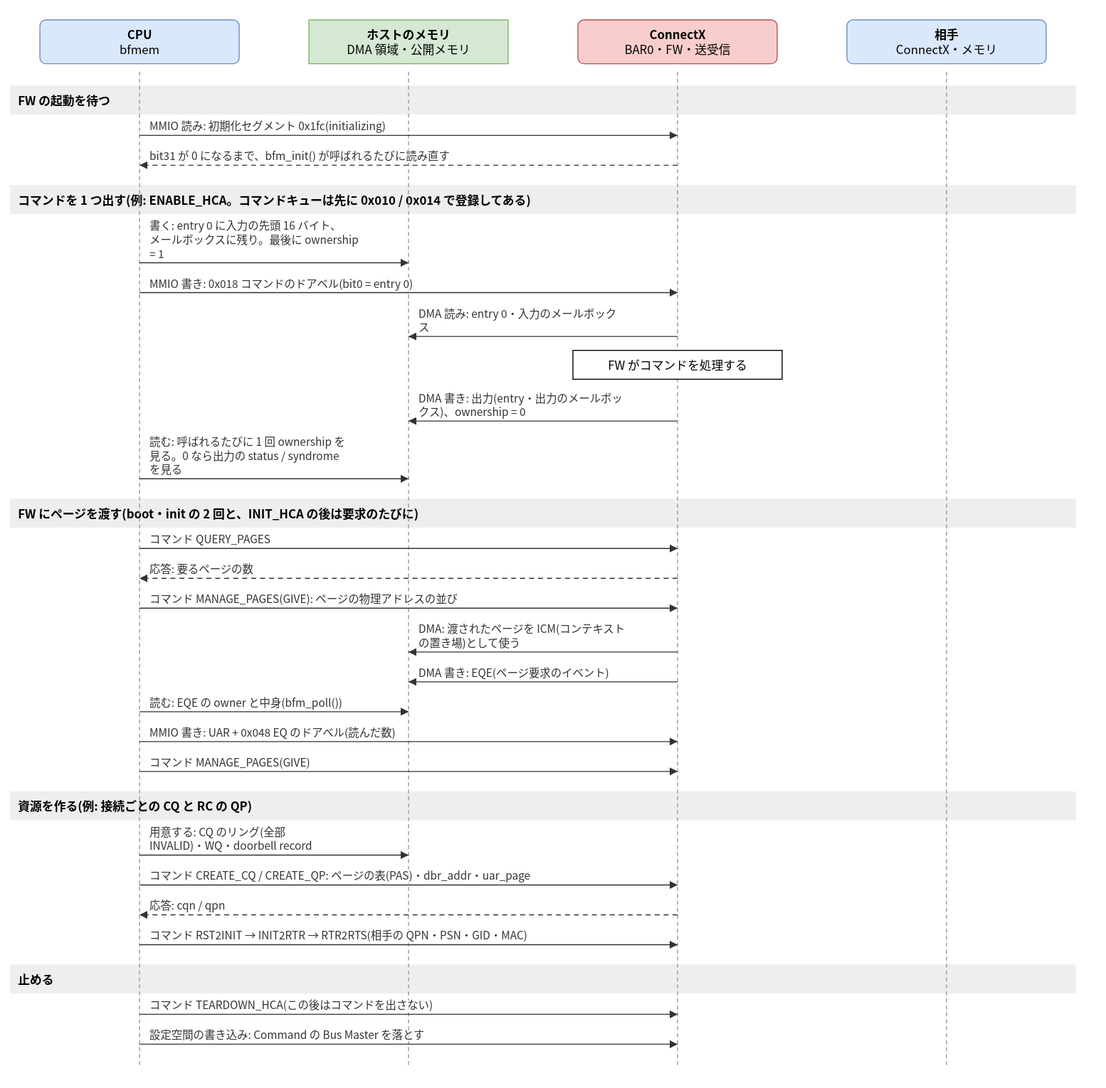
Above: doc/spec/images/hw_ladder_boot.drawio.svg in hf355051012-ai/bfmem (draw.io), before the change. Source tidied: cells renumbered, new cells last; positions are measured from the earlier drawing's top-left corner, leaving out a move shared by most shapes.
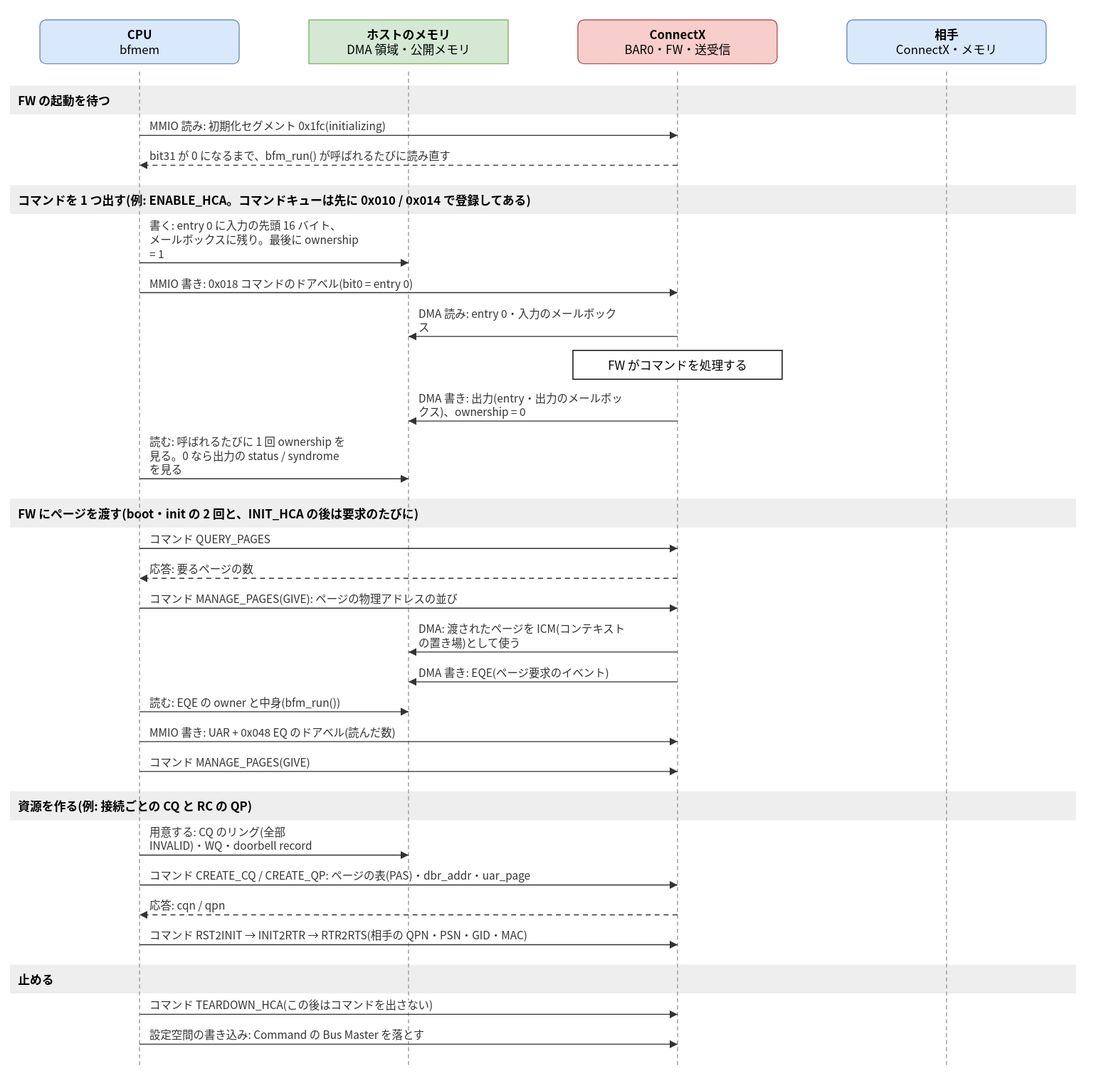
After the commit.

Diff of the diagram source:
```diff
@@ -47,7 +47,7 @@
     <mxCell id="16" value="MMIO 読み: 初期化セグメント 0x1fc(initializing)" style="edgeStyle=none;html=1;rounded=0;endArrow=block;endFill=1;exitX=0.5000;exitY=0.0639;exitDx=0;exitDy=0;exitPerimeter=0;entryX=0.5000;entryY=0.0639;entryDx=0;entryDy=0;entryPerimeter=0;" parent="1" edge="1" source="12" target="14">
       <mxGeometry relative="1" as="geometry" />
     </mxCell>
-    <mxCell id="17" value="bit31 が 0 になるまで、bfm_init() が呼ばれるたびに読み直す" style="edgeStyle=none;html=1;rounded=0;endArrow=block;endFill=1;exitX=0.5000;exitY=0.0939;exitDx=0;exitDy=0;exitPerimeter=0;entryX=0.5000;entryY=0.0939;entryDx=0;entryDy=0;entryPerimeter=0;dashed=1;" parent="1" edge="1" source="14" target="12">
+    <mxCell id="17" value="bit31 が 0 になるまで、bfm_run() が呼ばれるたびに読み直す" style="edgeStyle=none;html=1;rounded=0;endArrow=block;endFill=1;exitX=0.5000;exitY=0.0939;exitDx=0;exitDy=0;exitPerimeter=0;entryX=0.5000;entryY=0.0939;entryDx=0;entryDy=0;entryPerimeter=0;dashed=1;" parent="1" edge="1" source="14" target="12">
       <mxGeometry relative="1" as="geometry" />
     </mxCell>
     <mxCell id="18" value="書く: entry 0 に入力の先頭 16 バイト、&lt;br&gt;メールボックスに残り。最後に ownership&lt;br&gt;= 1" style="edgeStyle=none;html=1;rounded=0;endArrow=block;endFill=1;exitX=0.5000;exitY=0.1918;exitDx=0;exitDy=0;exitPerimeter=0;entryX=0.5000;entryY=0.1918;entryDx=0;entryDy=0;entryPerimeter=0;" parent="1" edge="1" source="12" target="13">
@@ -80,7 +80,7 @@
     <mxCell id="27" value="DMA 書き: EQE(ページ要求のイベント)" style="edgeStyle=none;html=1;rounded=0;endArrow=block;endFill=1;exitX=0.5000;exitY=0.6124;exitDx=0;exitDy=0;exitPerimeter=0;entryX=0.5000;entryY=0.6124;entryDx=0;entryDy=0;entryPerimeter=0;" parent="1" edge="1" source="14" target="13">
       <mxGeometry relative="1" as="geometry" />
     </mxCell>
-    <mxCell id="28" value="読む: EQE の owner と中身(bfm_poll())" style="edgeStyle=none;html=1;rounded=0;endArrow=block;endFill=1;exitX=0.5000;exitY=0.6424;exitDx=0;exitDy=0;exitPerimeter=0;entryX=0.5000;entryY=0.6424;entryDx=0;entryDy=0;entryPerimeter=0;" parent="1" edge="1" source="12" target="13">
+    <mxCell id="28" value="読む: EQE の owner と中身(bfm_run())" style="edgeStyle=none;html=1;rounded=0;endArrow=block;endFill=1;exitX=0.5000;exitY=0.6424;exitDx=0;exitDy=0;exitPerimeter=0;entryX=0.5000;entryY=0.6424;entryDx=0;entryDy=0;entryPerimeter=0;" parent="1" edge="1" source="12" target="13">
       <mxGeometry relative="1" as="geometry" />
     </mxCell>
     <mxCell id="29" value="MMIO 書き: UAR + 0x048 EQ のドアベル(読んだ数)" style="edgeStyle=none;html=1;rounded=0;endArrow=block;endFill=1;exitX=0.5000;exitY=0.6723;exitDx=0;exitDy=0;exitPerimeter=0;entryX=0.5000;entryY=0.6723;entryDx=0;entryDy=0;entryPerimeter=0;" parent="1" edge="1" source="12" target="14">
```
